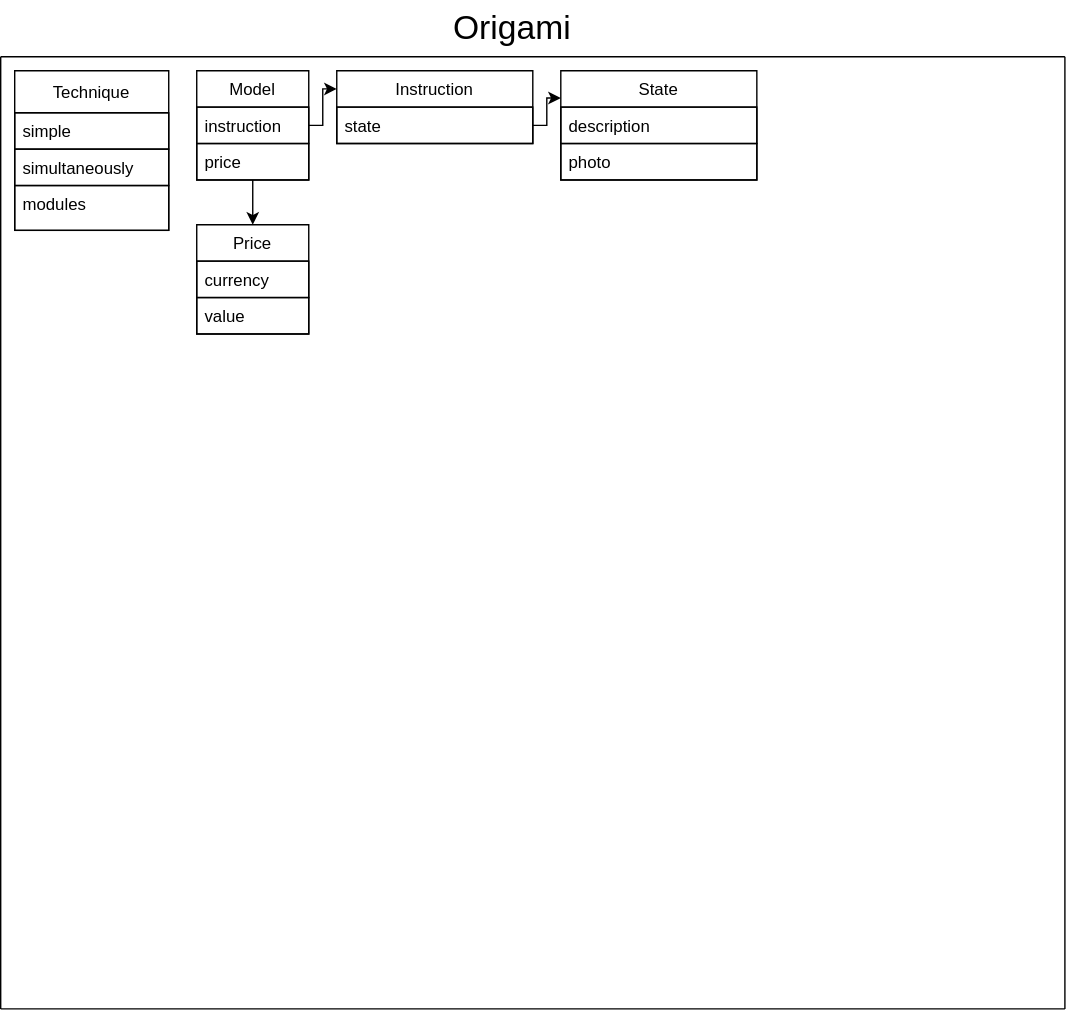
Before: project_entities.svg, a diagram exported from draw.io (NikBulatov/web_patterns). Source tidied: cells renumbered, new cells last; positions are measured from the earlier drawing's top-left corner, leaving out a move shared by most shapes.
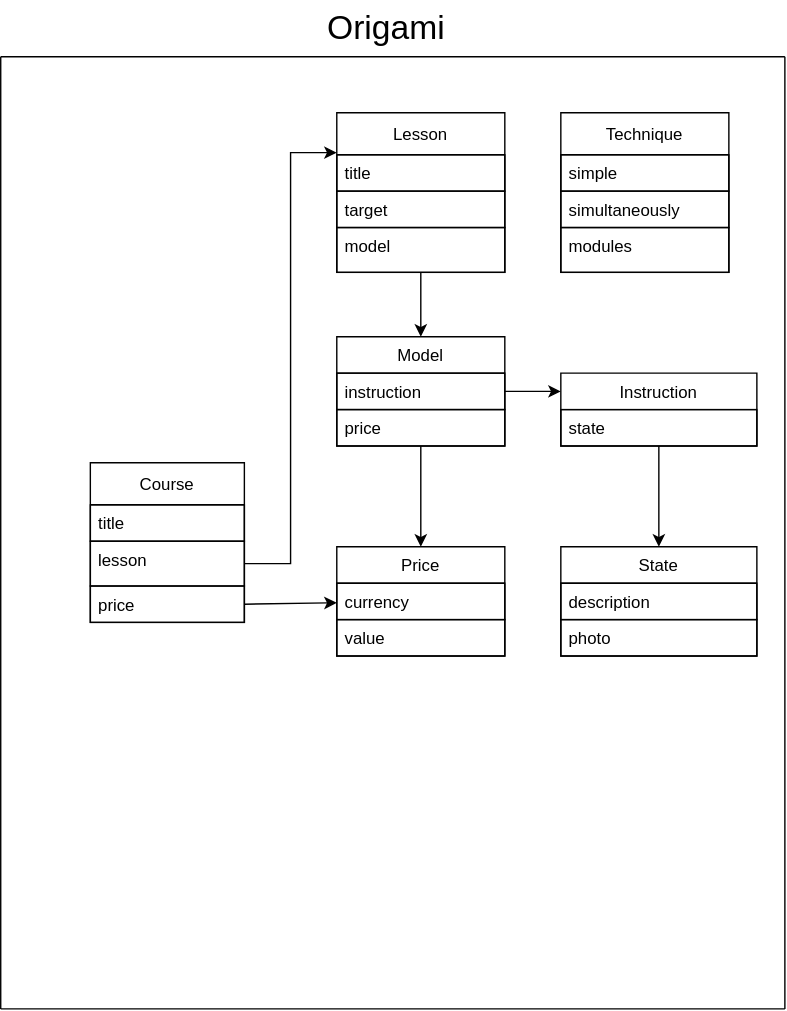
The same diagram one commit later.

Change to the diagram source:
```diff
@@ -4,14 +4,14 @@
     <mxCell id="1" parent="0" />
     <mxCell id="2" style="endArrow=none;html=1;rounded=0;" parent="1" edge="1">
       <mxGeometry relative="1" as="geometry">
-        <mxPoint y="40" as="sourcePoint" />
+        <mxPoint x="200" y="40" as="sourcePoint" />
         <mxPoint x="760" y="40" as="targetPoint" />
       </mxGeometry>
     </mxCell>
     <mxCell id="3" style="endArrow=none;html=1;rounded=0;" parent="1" edge="1">
       <mxGeometry relative="1" as="geometry">
-        <mxPoint y="40" as="sourcePoint" />
-        <mxPoint y="720" as="targetPoint" />
+        <mxPoint x="200" y="40" as="sourcePoint" />
+        <mxPoint x="200" y="720" as="targetPoint" />
       </mxGeometry>
     </mxCell>
     <mxCell id="4" style="endArrow=none;html=1;rounded=0;" parent="1" edge="1">
@@ -22,33 +22,33 @@
     </mxCell>
     <mxCell id="5" style="endArrow=none;html=1;rounded=0;" parent="1" edge="1">
       <mxGeometry relative="1" as="geometry">
-        <mxPoint y="720" as="sourcePoint" />
+        <mxPoint x="200" y="720" as="sourcePoint" />
         <mxPoint x="760" y="720" as="targetPoint" />
       </mxGeometry>
     </mxCell>
     <mxCell id="6" value="&lt;font style=&quot;font-size: 24px;&quot;&gt;Origami&lt;/font&gt;" style="text;html=1;align=center;verticalAlign=middle;strokeColor=none;fillColor=none;" parent="1" vertex="1">
-      <mxGeometry x="310" width="110" height="40" as="geometry" />
+      <mxGeometry x="420" width="110" height="40" as="geometry" />
     </mxCell>
     <mxCell id="7" value="Model" style="swimlane;fontStyle=0;horizontal=1;startSize=26;fillColor=none;" parent="1" vertex="1">
-      <mxGeometry x="140" y="50" width="80" height="78" as="geometry" />
+      <mxGeometry x="440" y="240" width="120" height="78" as="geometry" />
     </mxCell>
     <mxCell id="8" value="instruction" style="text;strokeColor=default;fillColor=none;align=left;verticalAlign=top;spacingLeft=4;spacingRight=4;overflow=hidden;points=[[0,0.5],[1,0.5]];portConstraint=eastwest;" parent="7" vertex="1">
-      <mxGeometry y="26" width="80" height="26" as="geometry" />
+      <mxGeometry y="26" width="120" height="26" as="geometry" />
     </mxCell>
     <mxCell id="9" value="price" style="text;strokeColor=default;fillColor=none;align=left;verticalAlign=top;spacingLeft=4;spacingRight=4;overflow=hidden;points=[[0,0.5],[1,0.5]];portConstraint=eastwest;" parent="7" vertex="1">
-      <mxGeometry y="52" width="80" height="26" as="geometry" />
+      <mxGeometry y="52" width="120" height="26" as="geometry" />
     </mxCell>
     <mxCell id="10" value="Price" style="swimlane;fontStyle=0;horizontal=1;startSize=26;fillColor=none;" parent="1" vertex="1">
-      <mxGeometry x="140" y="160" width="80" height="78" as="geometry" />
+      <mxGeometry x="440" y="390" width="120" height="78" as="geometry" />
     </mxCell>
     <mxCell id="11" value="currency" style="text;strokeColor=default;fillColor=none;align=left;verticalAlign=top;spacingLeft=4;spacingRight=4;overflow=hidden;" parent="10" vertex="1">
-      <mxGeometry y="26" width="80" height="26" as="geometry" />
+      <mxGeometry y="26" width="120" height="26" as="geometry" />
     </mxCell>
     <mxCell id="12" value="value" style="text;strokeColor=default;fillColor=none;align=left;verticalAlign=top;spacingLeft=4;spacingRight=4;overflow=hidden;" parent="10" vertex="1">
-      <mxGeometry y="52" width="80" height="26" as="geometry" />
+      <mxGeometry y="52" width="120" height="26" as="geometry" />
     </mxCell>
     <mxCell id="13" value="State" style="swimlane;fontStyle=0;horizontal=1;startSize=26;fillColor=none;" parent="1" vertex="1">
-      <mxGeometry x="400" y="50" width="140" height="78" as="geometry" />
+      <mxGeometry x="600" y="390" width="140" height="78" as="geometry" />
     </mxCell>
     <mxCell id="14" value="description" style="text;strokeColor=default;fillColor=none;align=left;verticalAlign=top;spacingLeft=4;spacingRight=4;overflow=hidden;" parent="13" vertex="1">
       <mxGeometry y="26" width="140" height="26" as="geometry" />
@@ -57,41 +57,64 @@
       <mxGeometry y="52" width="140" height="26" as="geometry" />
     </mxCell>
     <mxCell id="16" value="Instruсtion" style="swimlane;fontStyle=0;horizontal=1;startSize=26;fillColor=none;" parent="1" vertex="1">
-      <mxGeometry x="240" y="50" width="140" height="52" as="geometry" />
+      <mxGeometry x="600" y="266" width="140" height="52" as="geometry" />
     </mxCell>
     <mxCell id="17" value="state" style="text;strokeColor=default;fillColor=none;align=left;verticalAlign=top;spacingLeft=4;spacingRight=4;overflow=hidden;points=[[0,0.5],[1,0.5]];portConstraint=eastwest;" parent="16" vertex="1">
       <mxGeometry y="26" width="140" height="26" as="geometry" />
     </mxCell>
     <mxCell id="18" value="Technique" style="swimlane;fontStyle=0;horizontal=1;startSize=30;fillColor=none;" parent="1" vertex="1">
-      <mxGeometry x="10" y="50" width="110" height="114" as="geometry" />
+      <mxGeometry x="600" y="80" width="120" height="114" as="geometry" />
     </mxCell>
     <mxCell id="19" value="simple" style="text;strokeColor=default;fillColor=none;align=left;verticalAlign=top;spacingLeft=4;spacingRight=4;overflow=hidden;" parent="18" vertex="1">
-      <mxGeometry y="30" width="110" height="26" as="geometry" />
+      <mxGeometry y="30" width="120" height="26" as="geometry" />
     </mxCell>
     <mxCell id="20" value="simultaneously" style="text;strokeColor=default;fillColor=none;align=left;verticalAlign=top;spacingLeft=4;spacingRight=4;overflow=hidden;" parent="18" vertex="1">
-      <mxGeometry y="56" width="110" height="26" as="geometry" />
+      <mxGeometry y="56" width="120" height="26" as="geometry" />
     </mxCell>
     <mxCell id="21" value="modules" style="text;strokeColor=default;fillColor=none;align=left;verticalAlign=top;spacingLeft=4;spacingRight=4;overflow=hidden;" parent="18" vertex="1">
-      <mxGeometry y="82" width="110" height="32" as="geometry" />
+      <mxGeometry y="82" width="120" height="32" as="geometry" />
     </mxCell>
     <mxCell id="22" style="rounded=0;jettySize=auto;html=1;entryX=0.5;entryY=0;entryDx=0;entryDy=0;" parent="1" edge="1" source="9" target="10">
       <mxGeometry relative="1" as="geometry" />
     </mxCell>
-    <mxCell id="23" style="edgeStyle=orthogonalEdgeStyle;rounded=0;jettySize=auto;html=1;entryX=0;entryY=0.25;entryDx=0;entryDy=0;" parent="1" edge="1" source="8" target="16">
-      <mxGeometry relative="1" as="geometry">
-        <Array as="points">
-          <mxPoint x="230" y="89" />
-          <mxPoint x="230" y="63" />
-        </Array>
-      </mxGeometry>
+    <mxCell id="23" style="rounded=0;jettySize=auto;html=1;entryX=0;entryY=0.25;entryDx=0;entryDy=0;" parent="1" edge="1" source="8" target="16">
+      <mxGeometry relative="1" as="geometry" />
     </mxCell>
-    <mxCell id="24" style="edgeStyle=orthogonalEdgeStyle;rounded=0;jettySize=auto;html=1;entryX=0;entryY=0.25;entryDx=0;entryDy=0;" parent="1" edge="1" source="17" target="13">
-      <mxGeometry relative="1" as="geometry">
-        <Array as="points">
-          <mxPoint x="390" y="89" />
-          <mxPoint x="390" y="70" />
-        </Array>
-      </mxGeometry>
+    <mxCell id="24" style="rounded=0;jettySize=auto;html=1;entryX=0.5;entryY=0;entryDx=0;entryDy=0;" parent="1" edge="1" source="17" target="13">
+      <mxGeometry relative="1" as="geometry" />
     </mxCell>
+    <mxCell id="25" value="Course" style="swimlane;fontStyle=0;horizontal=1;startSize=30;fillColor=none;" parent="1" vertex="1">
+      <mxGeometry x="264" y="330" width="110" height="114" as="geometry" />
+    </mxCell>
+    <mxCell id="26" value="title" style="text;strokeColor=default;fillColor=none;align=left;verticalAlign=top;spacingLeft=4;spacingRight=4;overflow=hidden;" parent="25" vertex="1">
+      <mxGeometry y="30" width="110" height="26" as="geometry" />
+    </mxCell>
+    <mxCell id="27" value="lesson" style="text;strokeColor=default;fillColor=none;align=left;verticalAlign=top;spacingLeft=4;spacingRight=4;overflow=hidden;points=[[0,0.5],[1,0.5]];portConstraint=eastwest;" parent="25" vertex="1">
+      <mxGeometry y="56" width="110" height="32" as="geometry" />
+    </mxCell>
+    <mxCell id="28" value="price" style="text;strokeColor=default;fillColor=none;align=left;verticalAlign=top;spacingLeft=4;spacingRight=4;overflow=hidden;points=[[0,0.5],[1,0.5]];portConstraint=eastwest;" parent="25" vertex="1">
+      <mxGeometry y="88" width="110" height="26" as="geometry" />
+    </mxCell>
+    <mxCell id="29" style="rounded=0;jettySize=auto;html=1;exitX=1;exitY=0.5;exitDx=0;exitDy=0;" parent="1" edge="1" source="28" target="10">
+      <mxGeometry relative="1" as="geometry" />
+    </mxCell>
+    <mxCell id="30" value="Lesson" style="swimlane;fontStyle=0;horizontal=1;startSize=30;fillColor=none;" parent="1" vertex="1">
+      <mxGeometry x="440" y="80" width="120" height="114" as="geometry" />
+    </mxCell>
+    <mxCell id="31" value="title" style="text;strokeColor=default;fillColor=none;align=left;verticalAlign=top;spacingLeft=4;spacingRight=4;overflow=hidden;" parent="30" vertex="1">
+      <mxGeometry y="30" width="120" height="26" as="geometry" />
+    </mxCell>
+    <mxCell id="32" value="target" style="text;strokeColor=default;fillColor=none;align=left;verticalAlign=top;spacingLeft=4;spacingRight=4;overflow=hidden;" parent="30" vertex="1">
+      <mxGeometry y="56" width="120" height="26" as="geometry" />
+    </mxCell>
+    <mxCell id="33" value="model" style="text;strokeColor=default;fillColor=none;align=left;verticalAlign=top;spacingLeft=4;spacingRight=4;overflow=hidden;points=[[0,0.5],[1,0.5]];portConstraint=eastwest;" parent="30" vertex="1">
+      <mxGeometry y="82" width="120" height="32" as="geometry" />
+    </mxCell>
+    <mxCell id="34" style="rounded=0;jettySize=auto;html=1;entryX=0.5;entryY=0;entryDx=0;entryDy=0;" parent="1" edge="1" source="33" target="7">
+      <mxGeometry relative="1" as="geometry" />
+    </mxCell>
+    <mxCell id="35" style="edgeStyle=orthogonalEdgeStyle;rounded=0;jettySize=auto;html=1;entryX=0;entryY=0.25;entryDx=0;entryDy=0;" parent="1" edge="1" source="27" target="30">
+      <mxGeometry relative="1" as="geometry" />
+    </mxCell>
   </root>
 </mxGraphModel>
```
